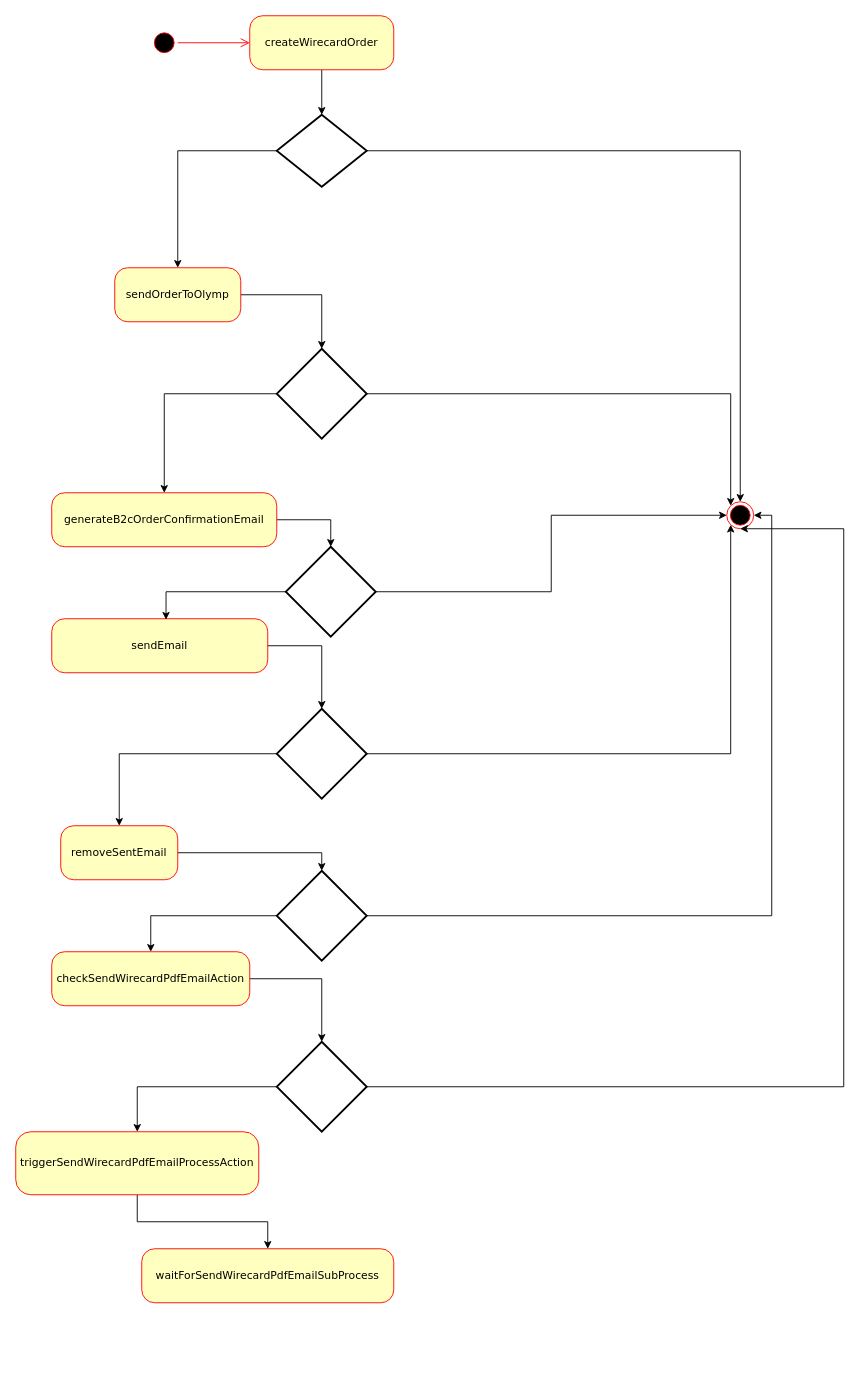
The draw.io diagram order-proc.drawio in MudBloodArchitekt/draw.io, before the edit. Source tidied: cells renumbered, new cells numbered last; positions are measured from the earlier drawing's top-left corner, leaving out a move shared by most shapes. Both pictures are drawn from the tidied source at 90%, with x=0, y=0 at pixel (15, 15). Pictures stored in the file or linked from it are replaced by grey dashed boxes.
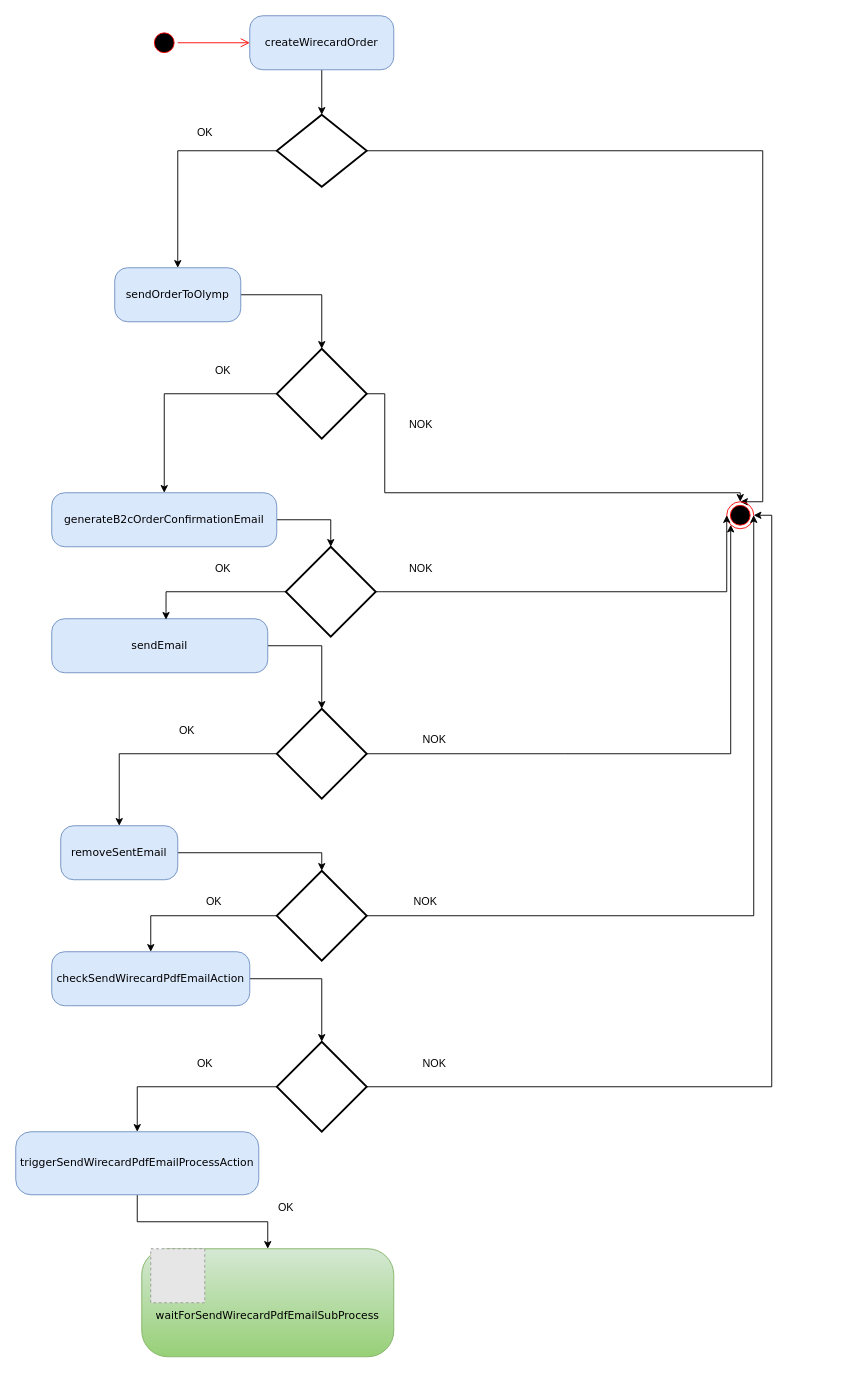
After the change.

Unchanged cells that the change refers to:
```xml
<mxCell id="21" style="strokeWidth=2;html=1;shape=mxgraph.flowchart.decision;whiteSpace=wrap;" parent="1" vertex="1">
  <mxGeometry x="290" y="110" width="100" height="80" as="geometry" />
</mxCell>
<mxCell id="22" style="ellipse;html=1;shape=endState;fillColor=#000000;strokeColor=#ff0000;" parent="1" vertex="1">
  <mxGeometry x="790" y="540" width="30" height="30" as="geometry" />
</mxCell>
<mxCell id="25" style="strokeWidth=2;html=1;shape=mxgraph.flowchart.decision;whiteSpace=wrap;" parent="1" vertex="1">
  <mxGeometry x="290" y="370" width="100" height="100" as="geometry" />
</mxCell>
<mxCell id="28" style="strokeWidth=2;html=1;shape=mxgraph.flowchart.decision;whiteSpace=wrap;" parent="1" vertex="1">
  <mxGeometry x="300" y="590" width="100" height="100" as="geometry" />
</mxCell>
<mxCell id="31" style="strokeWidth=2;html=1;shape=mxgraph.flowchart.decision;whiteSpace=wrap;" parent="1" vertex="1">
  <mxGeometry x="290" y="770" width="100" height="100" as="geometry" />
</mxCell>
<mxCell id="34" style="strokeWidth=2;html=1;shape=mxgraph.flowchart.decision;whiteSpace=wrap;" parent="1" vertex="1">
  <mxGeometry x="290" y="950" width="100" height="100" as="geometry" />
</mxCell>
<mxCell id="37" style="strokeWidth=2;html=1;shape=mxgraph.flowchart.decision;whiteSpace=wrap;" parent="1" vertex="1">
  <mxGeometry x="290" y="1140" width="100" height="100" as="geometry" />
</mxCell>
```

What changed in the source:
```diff
@@
-    <mxCell id="4" value="generateB2cOrderConfirmationEmail" style="rounded=1;whiteSpace=wrap;html=1;arcSize=24;fillColor=#ffffc0;strokeColor=#ff0000;shadow=0;comic=0;labelBackgroundColor=none;fontFamily=Verdana;fontSize=12;fontColor=#000000;align=center;" parent="1" vertex="1">
+    <mxCell id="4" value="generateB2cOrderConfirmationEmail" style="rounded=1;whiteSpace=wrap;html=1;arcSize=24;fillColor=#dae8fc;strokeColor=#6c8ebf;shadow=0;comic=0;labelBackgroundColor=none;fontFamily=Verdana;fontSize=12;align=center;" parent="1" vertex="1">
       <mxGeometry x="40" y="530" width="250" height="60" as="geometry" />
     </mxCell>
@@
-    <mxCell id="6" value="createWirecardOrder" style="rounded=1;whiteSpace=wrap;html=1;arcSize=24;fillColor=#ffffc0;strokeColor=#ff0000;shadow=0;comic=0;labelBackgroundColor=none;fontFamily=Verdana;fontSize=12;fontColor=#000000;align=center;" parent="1" vertex="1">
+    <mxCell id="6" value="createWirecardOrder" style="rounded=1;whiteSpace=wrap;html=1;arcSize=24;fillColor=#dae8fc;strokeColor=#6c8ebf;shadow=0;comic=0;labelBackgroundColor=none;fontFamily=Verdana;fontSize=12;align=center;" parent="1" vertex="1">
       <mxGeometry x="260" width="160" height="60" as="geometry" />
     </mxCell>
@@
-    <mxCell id="8" value="sendOrderToOlymp" style="rounded=1;whiteSpace=wrap;html=1;arcSize=24;fillColor=#ffffc0;strokeColor=#ff0000;shadow=0;comic=0;labelBackgroundColor=none;fontFamily=Verdana;fontSize=12;fontColor=#000000;align=center;" parent="1" vertex="1">
+    <mxCell id="8" value="sendOrderToOlymp" style="rounded=1;whiteSpace=wrap;html=1;arcSize=24;fillColor=#dae8fc;strokeColor=#6c8ebf;shadow=0;comic=0;labelBackgroundColor=none;fontFamily=Verdana;fontSize=12;align=center;" parent="1" vertex="1">
       <mxGeometry x="110" y="280" width="140" height="60" as="geometry" />
     </mxCell>
@@
-    <mxCell id="10" value="removeSentEmail" style="rounded=1;whiteSpace=wrap;html=1;arcSize=24;fillColor=#ffffc0;strokeColor=#ff0000;shadow=0;comic=0;labelBackgroundColor=none;fontFamily=Verdana;fontSize=12;fontColor=#000000;align=center;" parent="1" vertex="1">
+    <mxCell id="10" value="removeSentEmail" style="rounded=1;whiteSpace=wrap;html=1;arcSize=24;fillColor=#dae8fc;strokeColor=#6c8ebf;shadow=0;comic=0;labelBackgroundColor=none;fontFamily=Verdana;fontSize=12;align=center;" parent="1" vertex="1">
       <mxGeometry x="50" y="900" width="130" height="60" as="geometry" />
     </mxCell>
@@
-    <mxCell id="12" value="sendEmail" style="rounded=1;whiteSpace=wrap;html=1;arcSize=24;fillColor=#ffffc0;strokeColor=#ff0000;shadow=0;comic=0;labelBackgroundColor=none;fontFamily=Verdana;fontSize=12;fontColor=#000000;align=center;" parent="1" vertex="1">
+    <mxCell id="12" value="sendEmail" style="rounded=1;whiteSpace=wrap;html=1;arcSize=24;fillColor=#dae8fc;strokeColor=#6c8ebf;shadow=0;comic=0;labelBackgroundColor=none;fontFamily=Verdana;fontSize=12;align=center;" parent="1" vertex="1">
       <mxGeometry x="40" y="670" width="240" height="60" as="geometry" />
     </mxCell>
@@
-    <mxCell id="15" value="checkSendWirecardPdfEmailAction" style="rounded=1;whiteSpace=wrap;html=1;arcSize=24;fillColor=#ffffc0;strokeColor=#ff0000;shadow=0;comic=0;labelBackgroundColor=none;fontFamily=Verdana;fontSize=12;fontColor=#000000;align=center;" parent="1" vertex="1">
+    <mxCell id="15" value="checkSendWirecardPdfEmailAction" style="rounded=1;whiteSpace=wrap;html=1;arcSize=24;fillColor=#dae8fc;strokeColor=#6c8ebf;shadow=0;comic=0;labelBackgroundColor=none;fontFamily=Verdana;fontSize=12;align=center;" parent="1" vertex="1">
       <mxGeometry x="40" y="1040" width="220" height="60" as="geometry" />
     </mxCell>
@@
-    <mxCell id="17" value="triggerSendWirecardPdfEmailProcessAction" style="rounded=1;whiteSpace=wrap;html=1;arcSize=24;fillColor=#ffffc0;strokeColor=#ff0000;shadow=0;comic=0;labelBackgroundColor=none;fontFamily=Verdana;fontSize=12;fontColor=#000000;align=center;" parent="1" vertex="1">
+    <mxCell id="17" value="triggerSendWirecardPdfEmailProcessAction" style="rounded=1;whiteSpace=wrap;html=1;arcSize=24;fillColor=#dae8fc;strokeColor=#6c8ebf;shadow=0;comic=0;labelBackgroundColor=none;fontFamily=Verdana;fontSize=12;align=center;" parent="1" vertex="1">
       <mxGeometry y="1240" width="270" height="70" as="geometry" />
     </mxCell>
-    <mxCell id="18" value="waitForSendWirecardPdfEmailSubProcess" style="rounded=1;whiteSpace=wrap;html=1;arcSize=24;fillColor=#ffffc0;strokeColor=#ff0000;shadow=0;comic=0;labelBackgroundColor=none;fontFamily=Verdana;fontSize=12;fontColor=#000000;align=center;" parent="1" vertex="1">
-      <mxGeometry x="140" y="1370" width="280" height="60" as="geometry" />
+    <mxCell id="18" value="&lt;br&gt;&lt;br&gt;waitForSendWirecardPdfEmailSubProcess" style="rounded=1;whiteSpace=wrap;html=1;arcSize=24;fillColor=#d5e8d4;strokeColor=#82b366;shadow=0;comic=0;labelBackgroundColor=none;fontFamily=Verdana;fontSize=12;align=center;gradientColor=#97d077;" parent="1" vertex="1">
+      <mxGeometry x="140" y="1370" width="280" height="120" as="geometry" />
     </mxCell>
@@
     <mxCell id="20" style="edgeStyle=orthogonalEdgeStyle;rounded=0;jettySize=auto;html=1;entryX=0.5;entryY=0;entryDx=0;entryDy=0;" parent="1" edge="1" source="21" target="22">
-      <mxGeometry relative="1" as="geometry" />
+      <mxGeometry relative="1" as="geometry">
+        <Array as="points">
+          <mxPoint x="830" y="150" />
+          <mxPoint x="830" y="540" />
+        </Array>
+      </mxGeometry>
     </mxCell>
@@
-    <mxCell id="24" style="edgeStyle=orthogonalEdgeStyle;rounded=0;jettySize=auto;html=1;entryX=0;entryY=0;entryDx=0;entryDy=0;" parent="1" edge="1" source="25" target="22">
-      <mxGeometry relative="1" as="geometry" />
+    <mxCell id="24" style="edgeStyle=orthogonalEdgeStyle;rounded=0;jettySize=auto;html=1;entryX=0.5;entryY=0;entryDx=0;entryDy=0;exitX=1;exitY=0.5;exitDx=0;exitDy=0;exitPerimeter=0;" parent="1" edge="1" source="25" target="22">
+      <mxGeometry relative="1" as="geometry">
+        <Array as="points">
+          <mxPoint x="410" y="420" />
+          <mxPoint x="410" y="530" />
+          <mxPoint x="805" y="530" />
+        </Array>
+      </mxGeometry>
     </mxCell>
@@
-    <mxCell id="27" style="edgeStyle=orthogonalEdgeStyle;rounded=0;jettySize=auto;html=1;entryX=0;entryY=0.5;entryDx=0;entryDy=0;" parent="1" edge="1" source="28" target="22">
-      <mxGeometry relative="1" as="geometry" />
+    <mxCell id="27" style="edgeStyle=orthogonalEdgeStyle;rounded=0;jettySize=auto;html=1;entryX=0;entryY=0.5;entryDx=0;entryDy=0;exitX=1;exitY=0.5;exitDx=0;exitDy=0;exitPerimeter=0;" parent="1" edge="1" source="28" target="22">
+      <mxGeometry relative="1" as="geometry">
+        <Array as="points">
+          <mxPoint x="790" y="640" />
+        </Array>
+      </mxGeometry>
     </mxCell>
@@
     <mxCell id="30" style="edgeStyle=orthogonalEdgeStyle;rounded=0;jettySize=auto;html=1;entryX=0;entryY=1;entryDx=0;entryDy=0;" parent="1" edge="1" source="31" target="22">
       <mxGeometry relative="1" as="geometry">
         <Array as="points">
+          <mxPoint x="610" y="820" />
           <mxPoint x="794" y="820" />
         </Array>
       </mxGeometry>
     </mxCell>
@@
     <mxCell id="33" style="edgeStyle=orthogonalEdgeStyle;rounded=0;jettySize=auto;html=1;entryX=1;entryY=0.5;entryDx=0;entryDy=0;" parent="1" edge="1" source="34" target="22">
-      <mxGeometry relative="1" as="geometry" />
+      <mxGeometry relative="1" as="geometry">
+        <Array as="points">
+          <mxPoint x="820" y="1000" />
+        </Array>
+      </mxGeometry>
     </mxCell>
@@
-    <mxCell id="36" style="edgeStyle=orthogonalEdgeStyle;rounded=0;jettySize=auto;html=1;entryX=0.5;entryY=1;entryDx=0;entryDy=0;" parent="1" edge="1" source="37" target="22">
+    <mxCell id="36" style="edgeStyle=orthogonalEdgeStyle;rounded=0;jettySize=auto;html=1;entryX=1;entryY=0.5;entryDx=0;entryDy=0;" parent="1" edge="1" source="37" target="22">
       <mxGeometry relative="1" as="geometry">
         <Array as="points">
-          <mxPoint x="920" y="1190" />
-          <mxPoint x="920" y="570" />
+          <mxPoint x="840" y="1190" />
+          <mxPoint x="840" y="555" />
         </Array>
       </mxGeometry>
     </mxCell>
@@
+    <mxCell id="38" value="OK" style="text;html=1;align=center;verticalAlign=middle;strokeColor=none;fillColor=none;" parent="1" vertex="1">
+      <mxGeometry x="190" y="115" width="40" height="30" as="geometry" />
+    </mxCell>
+    <mxCell id="39" value="OK" style="text;html=1;align=center;verticalAlign=middle;strokeColor=none;fillColor=none;" parent="1" vertex="1">
+      <mxGeometry x="210" y="380" width="40" height="30" as="geometry" />
+    </mxCell>
+    <mxCell id="40" value="OK" style="text;html=1;align=center;verticalAlign=middle;strokeColor=none;fillColor=none;" parent="1" vertex="1">
+      <mxGeometry x="210" y="600" width="40" height="30" as="geometry" />
+    </mxCell>
+    <mxCell id="41" value="OK" style="text;html=1;align=center;verticalAlign=middle;strokeColor=none;fillColor=none;" parent="1" vertex="1">
+      <mxGeometry x="170" y="780" width="40" height="30" as="geometry" />
+    </mxCell>
+    <mxCell id="42" value="OK" style="text;html=1;align=center;verticalAlign=middle;strokeColor=none;fillColor=none;" parent="1" vertex="1">
+      <mxGeometry x="200" y="970" width="40" height="30" as="geometry" />
+    </mxCell>
+    <mxCell id="43" value="OK" style="text;html=1;align=center;verticalAlign=middle;strokeColor=none;fillColor=none;" parent="1" vertex="1">
+      <mxGeometry x="190" y="1150" width="40" height="30" as="geometry" />
+    </mxCell>
+    <mxCell id="44" value="OK" style="text;html=1;align=center;verticalAlign=middle;strokeColor=none;fillColor=none;" parent="1" vertex="1">
+      <mxGeometry x="280" y="1310" width="40" height="30" as="geometry" />
+    </mxCell>
+    <mxCell id="45" style="fillColor=#E6E6E6;strokeColor=#999999;dashed=1;html=1;verticalAlign=top;verticalLabelPosition=bottom;labelBackgroundColor=#ffffff;" parent="1" vertex="1">
+      <mxGeometry x="150" y="1370" width="60" height="60" as="geometry" />
+    </mxCell>
+    <mxCell id="46" value="NOK" style="text;html=1;align=center;verticalAlign=middle;strokeColor=none;fillColor=none;" parent="1" vertex="1">
+      <mxGeometry x="425" y="440" width="50" height="30" as="geometry" />
+    </mxCell>
+    <mxCell id="47" value="NOK" style="text;html=1;align=center;verticalAlign=middle;strokeColor=none;fillColor=none;" parent="1" vertex="1">
+      <mxGeometry x="425" y="600" width="50" height="30" as="geometry" />
+    </mxCell>
+    <mxCell id="48" value="NOK" style="text;html=1;align=center;verticalAlign=middle;strokeColor=none;fillColor=none;" parent="1" vertex="1">
+      <mxGeometry x="440" y="790" width="50" height="30" as="geometry" />
+    </mxCell>
+    <mxCell id="49" value="NOK" style="text;html=1;align=center;verticalAlign=middle;strokeColor=none;fillColor=none;" parent="1" vertex="1">
+      <mxGeometry x="430" y="970" width="50" height="30" as="geometry" />
+    </mxCell>
+    <mxCell id="50" value="NOK" style="text;html=1;align=center;verticalAlign=middle;strokeColor=none;fillColor=none;" parent="1" vertex="1">
+      <mxGeometry x="440" y="1150" width="50" height="30" as="geometry" />
+    </mxCell>
```
